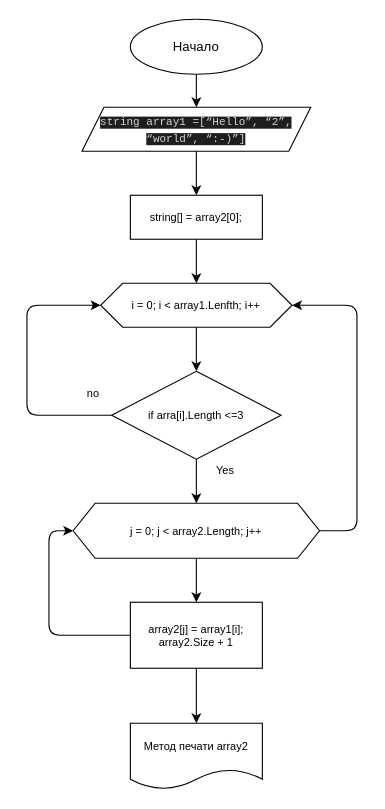
This is Tets_01/diagram.drawio from GnezdilovaVO/My_test_1, a draw.io file, before an edit. Source tidied: cells renumbered, new cells numbered last; positions are measured from the earlier drawing's top-left corner, leaving out a move shared by most shapes. Both pictures are drawn from the tidied source at 110%, with x=0, y=0 at pixel (26, 19).
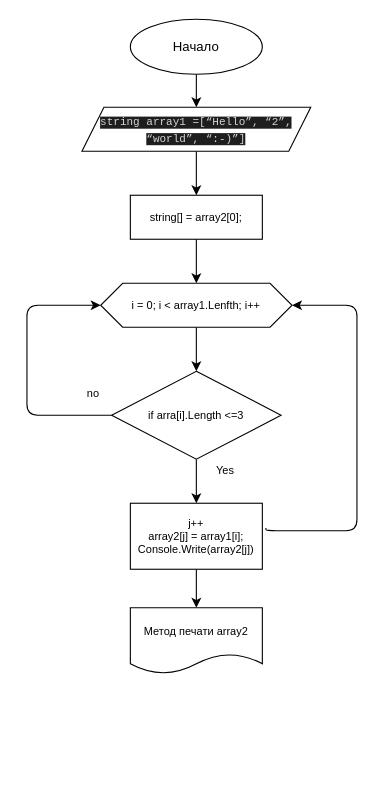
The same page after the edit.

Commit message (it also covers changes not shown here):
Решила задачу в лоб. Исправила диаграмму

The change refers to these unchanged cells:
```xml
<mxCell id="7" value="i = 0; i &amp;lt; array1.Lenfth; i++" style="shape=hexagon;perimeter=hexagonPerimeter2;whiteSpace=wrap;html=1;fixedSize=1;fontSize=10;" parent="1" vertex="1">
  <mxGeometry x="67" y="240" width="174" height="40" as="geometry" />
</mxCell>
<mxCell id="12" value="if arra[i].Length &amp;lt;=3" style="rhombus;whiteSpace=wrap;html=1;fontSize=10;" parent="1" vertex="1">
  <mxGeometry x="77" y="320" width="154" height="80" as="geometry" />
</mxCell>
```

The edit, as a diff of the source:
```diff
@@
-    <mxCell id="10" style="edgeStyle=none;html=1;fontSize=10;" parent="1" edge="1" source="12" target="18">
-      <mxGeometry relative="1" as="geometry" />
+    <mxCell id="10" style="edgeStyle=none;html=1;fontSize=10;" parent="1" edge="1" source="12">
+      <mxGeometry relative="1" as="geometry">
+        <mxPoint x="154" y="440" as="targetPoint" />
+      </mxGeometry>
     </mxCell>
@@
-    <mxCell id="13" style="edgeStyle=orthogonalEdgeStyle;html=1;entryX=0;entryY=0.5;entryDx=0;entryDy=0;fontSize=10;" parent="1" edge="1" source="15" target="18">
-      <mxGeometry relative="1" as="geometry">
-        <Array as="points">
-          <mxPoint x="20" y="560" />
-          <mxPoint x="20" y="465" />
-        </Array>
-      </mxGeometry>
-    </mxCell>
@@
-    <mxCell id="15" value="array2[j] = array1[i];&lt;br&gt;array2.Size + 1" style="rounded=0;whiteSpace=wrap;html=1;fontSize=10;" parent="1" vertex="1">
-      <mxGeometry x="94" y="530" width="120" height="60" as="geometry" />
+    <mxCell id="15" value="j++&lt;br&gt;array2[j] = array1[i];&lt;br&gt;Console.Write(array2[j])" style="rounded=0;whiteSpace=wrap;html=1;fontSize=10;" parent="1" vertex="1">
+      <mxGeometry x="94" y="440" width="120" height="60" as="geometry" />
     </mxCell>
-    <mxCell id="16" style="edgeStyle=none;html=1;fontSize=10;" parent="1" edge="1" source="18" target="15">
-      <mxGeometry relative="1" as="geometry" />
-    </mxCell>
-    <mxCell id="17" style="edgeStyle=orthogonalEdgeStyle;html=1;entryX=1;entryY=0.5;entryDx=0;entryDy=0;fontSize=10;" parent="1" edge="1" source="18" target="7">
+    <mxCell id="17" style="edgeStyle=orthogonalEdgeStyle;html=1;entryX=1;entryY=0.5;entryDx=0;entryDy=0;fontSize=10;exitX=1.027;exitY=0.376;exitDx=0;exitDy=0;exitPerimeter=0;" parent="1" edge="1" source="15" target="7">
       <mxGeometry relative="1" as="geometry">
         <Array as="points">
+          <mxPoint x="217" y="465" />
           <mxPoint x="300" y="465" />
           <mxPoint x="300" y="260" />
         </Array>
       </mxGeometry>
     </mxCell>
-    <mxCell id="18" value="j = 0; j &amp;lt; array2.Length; j++" style="shape=hexagon;perimeter=hexagonPerimeter2;whiteSpace=wrap;html=1;fixedSize=1;fontSize=10;" parent="1" vertex="1">
-      <mxGeometry x="42" y="440" width="224" height="50" as="geometry" />
-    </mxCell>
@@
     <mxCell id="21" value="Метод печати array2" style="shape=document;whiteSpace=wrap;html=1;boundedLbl=1;fontSize=10;" parent="1" vertex="1">
-      <mxGeometry x="94" y="640" width="120" height="60" as="geometry" />
+      <mxGeometry x="94" y="535" width="120" height="60" as="geometry" />
     </mxCell>
```
